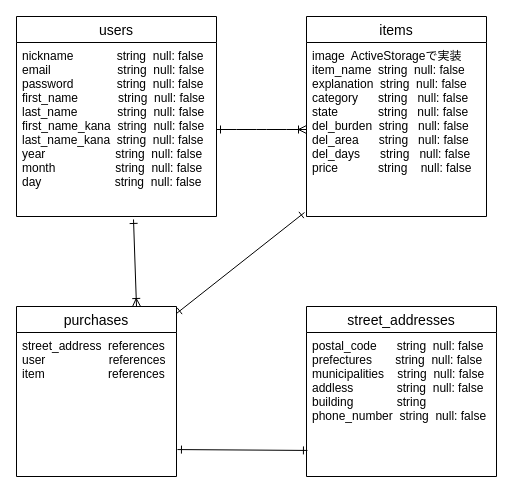
Before: er.dio in jun8100359/furima-33532, a draw.io diagram. Source tidied: cells renumbered, new cells numbered last; positions are measured from the earlier drawing's top-left corner, leaving out a move shared by most shapes. Both pictures are drawn from the tidied source at 100%, with x=0, y=0 at pixel (16, 16).
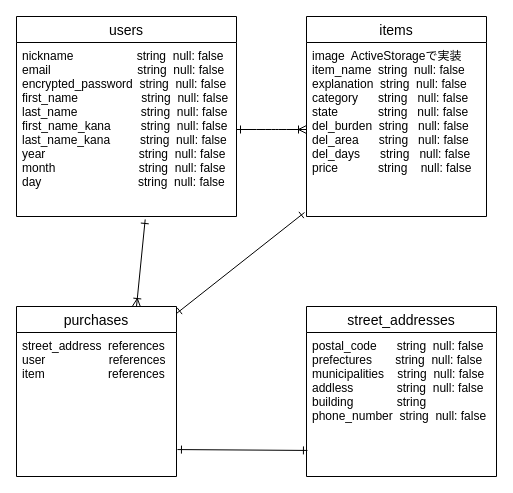
The same diagram, later.

The edit, as a diff of the source:
```diff
@@
 <mxGraphModel>
   <root>
     <mxCell id="0" />
     <mxCell id="1" parent="0" />
     <mxCell id="2" value="users" style="swimlane;fontStyle=0;horizontal=1;startSize=26;align=center;fontSize=14;" parent="1" vertex="1">
-      <mxGeometry width="200" height="200" as="geometry" />
+      <mxGeometry width="220" height="200" as="geometry" />
     </mxCell>
-    <mxCell id="3" value="nickname             string  null: false&#10;email                    string  null: false&#10;password             string  null: false&#10;first_name            string  null: false&#10;last_name            string  null: false&#10;first_name_kana  string  null: false&#10;last_name_kana  string  null: false&#10;year                     string  null: false&#10;month                  string  null: false&#10;day                      string  null: false&#10;" style="text;strokeColor=none;fillColor=none;spacingLeft=4;spacingRight=4;overflow=hidden;points=[[0,0.5],[1,0.5]];portConstraint=eastwest;fontSize=12;" parent="2" vertex="1">
-      <mxGeometry y="26" width="200" height="174" as="geometry" />
+    <mxCell id="3" value="nickname                   string  null: false&#10;email                          string  null: false&#10;encrypted_password  string  null: false&#10;first_name                   string  null: false&#10;last_name                   string  null: false&#10;first_name_kana         string  null: false&#10;last_name_kana         string  null: false&#10;year                            string  null: false&#10;month                         string  null: false&#10;day                             string  null: false&#10;" style="text;strokeColor=none;fillColor=none;spacingLeft=4;spacingRight=4;overflow=hidden;points=[[0,0.5],[1,0.5]];portConstraint=eastwest;fontSize=12;" parent="2" vertex="1">
+      <mxGeometry y="26" width="220" height="174" as="geometry" />
     </mxCell>
     <mxCell id="4" value="items" style="swimlane;fontStyle=0;horizontal=1;startSize=26;align=center;fontSize=14;" parent="1" vertex="1">
       <mxGeometry x="290" width="180" height="200" as="geometry" />
     </mxCell>
     <mxCell id="5" value="image  ActiveStorageで実装&#10;item_name  string  null: false&#10;explanation  string  null: false&#10;category      string   null: false&#10;state            string   null: false&#10;del_burden  string   null: false&#10;del_area      string   null: false&#10;del_days      string   null: false&#10;price            string    null: false" style="text;strokeColor=none;fillColor=none;spacingLeft=4;spacingRight=4;overflow=hidden;points=[[0,0.5],[1,0.5]];portConstraint=eastwest;fontSize=12;" parent="4" vertex="1">
       <mxGeometry y="26" width="180" height="174" as="geometry" />
     </mxCell>
     <mxCell id="6" value="purchases" style="swimlane;fontStyle=0;horizontal=1;startSize=26;align=center;fontSize=14;" parent="1" vertex="1">
       <mxGeometry y="290" width="160" height="170" as="geometry" />
     </mxCell>
     <mxCell id="7" value="street_address  references&#10;user                   references&#10;item                   references" style="text;strokeColor=none;fillColor=none;spacingLeft=4;spacingRight=4;overflow=hidden;points=[[0,0.5],[1,0.5]];portConstraint=eastwest;fontSize=12;" parent="6" vertex="1">
       <mxGeometry y="26" width="160" height="144" as="geometry" />
     </mxCell>
     <mxCell id="8" value="street_addresses" style="swimlane;fontStyle=0;horizontal=1;startSize=26;align=center;fontSize=14;" parent="1" vertex="1">
       <mxGeometry x="290" y="290" width="190" height="170" as="geometry" />
     </mxCell>
     <mxCell id="9" value="postal_code      string  null: false&#10;prefectures       string  null: false&#10;municipalities    string  null: false&#10;addless             string  null: false&#10;building             string &#10;phone_number  string  null: false" style="text;strokeColor=none;fillColor=none;spacingLeft=4;spacingRight=4;overflow=hidden;points=[[0,0.5],[1,0.5]];portConstraint=eastwest;fontSize=12;" parent="8" vertex="1">
       <mxGeometry y="26" width="190" height="144" as="geometry" />
     </mxCell>
     <mxCell id="10" style="edgeStyle=entityRelationEdgeStyle;fontSize=12;html=1;endArrow=ERoneToMany;exitX=1;exitY=0.5;exitDx=0;exitDy=0;entryX=0;entryY=0.5;entryDx=0;entryDy=0;startArrow=ERone;startFill=0;" parent="1" edge="1" source="3" target="5">
       <mxGeometry relative="1" as="geometry" />
     </mxCell>
     <mxCell id="11" style="endArrow=ERone;html=1;rounded=0;exitX=1;exitY=0.041;exitDx=0;exitDy=0;exitPerimeter=0;entryX=-0.011;entryY=0.977;entryDx=0;entryDy=0;entryPerimeter=0;startArrow=ERone;startFill=0;endFill=0;" parent="1" edge="1" source="6" target="5">
       <mxGeometry relative="1" as="geometry" />
     </mxCell>
     <mxCell id="12" style="endArrow=ERone;html=1;rounded=0;exitX=1.006;exitY=0.813;exitDx=0;exitDy=0;exitPerimeter=0;entryX=0.005;entryY=0.819;entryDx=0;entryDy=0;entryPerimeter=0;startArrow=ERone;startFill=0;endFill=0;" parent="1" edge="1" source="7" target="9">
       <mxGeometry relative="1" as="geometry" />
     </mxCell>
     <mxCell id="13" style="endArrow=ERoneToMany;html=1;rounded=0;exitX=0.585;exitY=1.017;exitDx=0;exitDy=0;exitPerimeter=0;entryX=0.75;entryY=0;entryDx=0;entryDy=0;startArrow=ERone;startFill=0;endFill=0;" parent="1" edge="1" source="3" target="6">
       <mxGeometry relative="1" as="geometry" />
     </mxCell>
   </root>
 </mxGraphModel>
```
